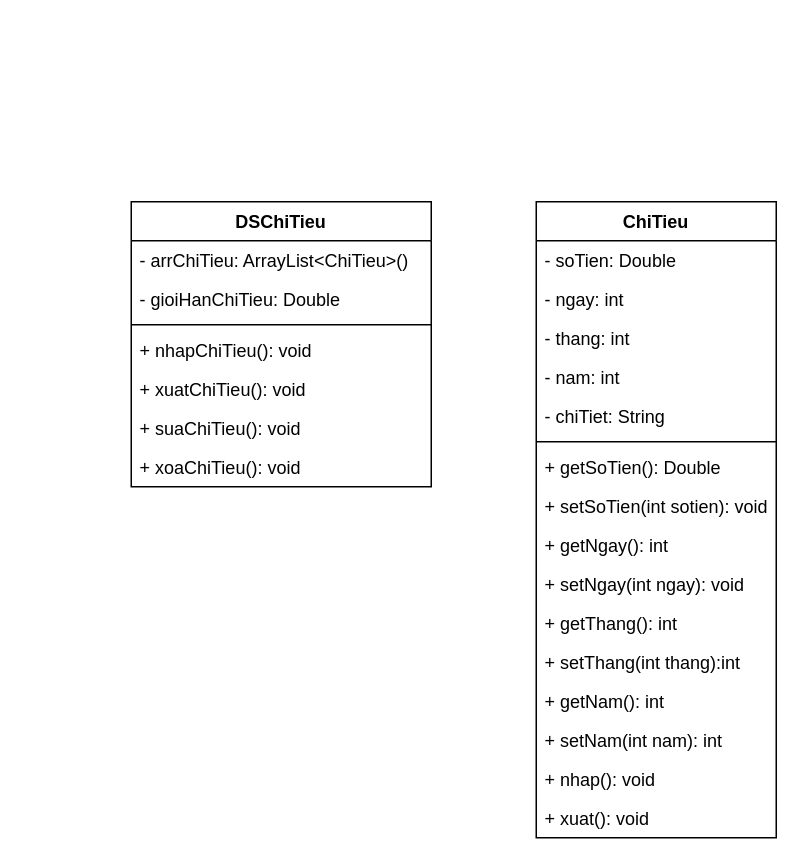
This is Diagrams/ClassDiagrams.drawio from AkallHuynh/IS216.L21.HTCL-Java, a draw.io file, before an edit. Source tidied: cells renumbered, new cells numbered last; positions are measured from the earlier drawing's top-left corner, leaving out a move shared by most shapes. Both pictures are drawn from the tidied source at 150%, with x=0, y=0 at pixel (130, 201).
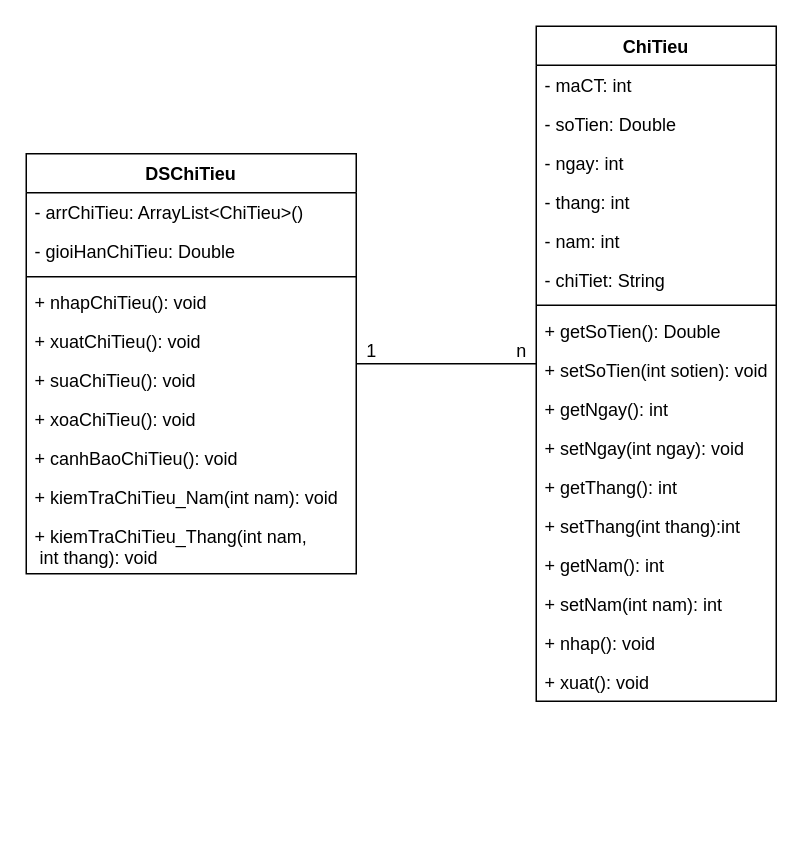
The same page after the edit.

What changed in the source:
```diff
@@
     <mxCell id="2" value="ChiTieu" style="swimlane;fontStyle=1;align=center;verticalAlign=top;horizontal=1;startSize=26;" parent="1" vertex="1">
-      <mxGeometry x="270" width="160" height="424" as="geometry" />
+      <mxGeometry x="270" y="-117" width="160" height="450" as="geometry" />
     </mxCell>
+    <mxCell id="27" value="- maCT: int" style="text;strokeColor=none;fillColor=none;align=left;verticalAlign=top;spacingLeft=4;spacingRight=4;overflow=hidden;" parent="2" vertex="1">
+      <mxGeometry y="26" width="160" height="26" as="geometry" />
+    </mxCell>
     <mxCell id="3" value="- soTien: Double" style="text;strokeColor=none;fillColor=none;align=left;verticalAlign=top;spacingLeft=4;spacingRight=4;overflow=hidden;" parent="2" vertex="1">
-      <mxGeometry y="26" width="160" height="26" as="geometry" />
+      <mxGeometry y="52" width="160" height="26" as="geometry" />
     </mxCell>
     <mxCell id="4" value="- ngay: int" style="text;strokeColor=none;fillColor=none;align=left;verticalAlign=top;spacingLeft=4;spacingRight=4;overflow=hidden;" parent="2" vertex="1">
-      <mxGeometry y="52" width="160" height="26" as="geometry" />
+      <mxGeometry y="78" width="160" height="26" as="geometry" />
     </mxCell>
     <mxCell id="5" value="- thang: int" style="text;strokeColor=none;fillColor=none;align=left;verticalAlign=top;spacingLeft=4;spacingRight=4;overflow=hidden;" parent="2" vertex="1">
-      <mxGeometry y="78" width="160" height="26" as="geometry" />
+      <mxGeometry y="104" width="160" height="26" as="geometry" />
     </mxCell>
     <mxCell id="6" value="- nam: int" style="text;strokeColor=none;fillColor=none;align=left;verticalAlign=top;spacingLeft=4;spacingRight=4;overflow=hidden;" parent="2" vertex="1">
-      <mxGeometry y="104" width="160" height="26" as="geometry" />
+      <mxGeometry y="130" width="160" height="26" as="geometry" />
     </mxCell>
     <mxCell id="7" value="- chiTiet: String" style="text;strokeColor=none;fillColor=none;align=left;verticalAlign=top;spacingLeft=4;spacingRight=4;overflow=hidden;" parent="2" vertex="1">
-      <mxGeometry y="130" width="160" height="26" as="geometry" />
+      <mxGeometry y="156" width="160" height="26" as="geometry" />
     </mxCell>
     <mxCell id="8" style="line;strokeWidth=1;fillColor=none;align=left;verticalAlign=middle;spacingTop=-1;spacingLeft=3;spacingRight=3;labelPosition=right;" parent="2" vertex="1">
-      <mxGeometry y="156" width="160" height="8" as="geometry" />
+      <mxGeometry y="182" width="160" height="8" as="geometry" />
     </mxCell>
     <mxCell id="9" value="+ getSoTien(): Double" style="text;strokeColor=none;fillColor=none;align=left;verticalAlign=top;spacingLeft=4;spacingRight=4;overflow=hidden;" parent="2" vertex="1">
-      <mxGeometry y="164" width="160" height="26" as="geometry" />
+      <mxGeometry y="190" width="160" height="26" as="geometry" />
     </mxCell>
     <mxCell id="10" value="+ setSoTien(int sotien): void" style="text;strokeColor=none;fillColor=none;align=left;verticalAlign=top;spacingLeft=4;spacingRight=4;overflow=hidden;" parent="2" vertex="1">
-      <mxGeometry y="190" width="160" height="26" as="geometry" />
+      <mxGeometry y="216" width="160" height="26" as="geometry" />
     </mxCell>
     <mxCell id="11" value="+ getNgay(): int" style="text;strokeColor=none;fillColor=none;align=left;verticalAlign=top;spacingLeft=4;spacingRight=4;overflow=hidden;" parent="2" vertex="1">
-      <mxGeometry y="216" width="160" height="26" as="geometry" />
+      <mxGeometry y="242" width="160" height="26" as="geometry" />
     </mxCell>
     <mxCell id="12" value="+ setNgay(int ngay): void" style="text;strokeColor=none;fillColor=none;align=left;verticalAlign=top;spacingLeft=4;spacingRight=4;overflow=hidden;" parent="2" vertex="1">
-      <mxGeometry y="242" width="160" height="26" as="geometry" />
+      <mxGeometry y="268" width="160" height="26" as="geometry" />
     </mxCell>
     <mxCell id="13" value="+ getThang(): int" style="text;strokeColor=none;fillColor=none;align=left;verticalAlign=top;spacingLeft=4;spacingRight=4;overflow=hidden;" parent="2" vertex="1">
-      <mxGeometry y="268" width="160" height="26" as="geometry" />
+      <mxGeometry y="294" width="160" height="26" as="geometry" />
     </mxCell>
     <mxCell id="14" value="+ setThang(int thang):int" style="text;strokeColor=none;fillColor=none;align=left;verticalAlign=top;spacingLeft=4;spacingRight=4;overflow=hidden;" parent="2" vertex="1">
-      <mxGeometry y="294" width="160" height="26" as="geometry" />
+      <mxGeometry y="320" width="160" height="26" as="geometry" />
     </mxCell>
     <mxCell id="15" value="+ getNam(): int" style="text;strokeColor=none;fillColor=none;align=left;verticalAlign=top;spacingLeft=4;spacingRight=4;overflow=hidden;" parent="2" vertex="1">
-      <mxGeometry y="320" width="160" height="26" as="geometry" />
+      <mxGeometry y="346" width="160" height="26" as="geometry" />
     </mxCell>
     <mxCell id="16" value="+ setNam(int nam): int" style="text;strokeColor=none;fillColor=none;align=left;verticalAlign=top;spacingLeft=4;spacingRight=4;overflow=hidden;" parent="2" vertex="1">
-      <mxGeometry y="346" width="160" height="26" as="geometry" />
+      <mxGeometry y="372" width="160" height="26" as="geometry" />
     </mxCell>
     <mxCell id="17" value="+ nhap(): void" style="text;strokeColor=none;fillColor=none;align=left;verticalAlign=top;spacingLeft=4;spacingRight=4;overflow=hidden;" parent="2" vertex="1">
-      <mxGeometry y="372" width="160" height="26" as="geometry" />
+      <mxGeometry y="398" width="160" height="26" as="geometry" />
     </mxCell>
     <mxCell id="18" value="+ xuat(): void" style="text;strokeColor=none;fillColor=none;align=left;verticalAlign=top;spacingLeft=4;spacingRight=4;overflow=hidden;" parent="2" vertex="1">
-      <mxGeometry y="398" width="160" height="26" as="geometry" />
+      <mxGeometry y="424" width="160" height="26" as="geometry" />
     </mxCell>
     <mxCell id="19" value="DSChiTieu" style="swimlane;fontStyle=1;align=center;verticalAlign=top;horizontal=1;startSize=26;" parent="1" vertex="1">
-      <mxGeometry width="200" height="190" as="geometry" />
+      <mxGeometry x="-70" y="-32" width="220" height="280" as="geometry" />
     </mxCell>
     <mxCell id="20" value="- arrChiTieu: ArrayList&lt;ChiTieu&gt;()" style="text;strokeColor=none;fillColor=none;align=left;verticalAlign=top;spacingLeft=4;spacingRight=4;overflow=hidden;" parent="19" vertex="1">
-      <mxGeometry y="26" width="200" height="26" as="geometry" />
+      <mxGeometry y="26" width="220" height="26" as="geometry" />
     </mxCell>
     <mxCell id="21" value="- gioiHanChiTieu: Double" style="text;strokeColor=none;fillColor=none;align=left;verticalAlign=top;spacingLeft=4;spacingRight=4;overflow=hidden;" parent="19" vertex="1">
-      <mxGeometry y="52" width="200" height="26" as="geometry" />
+      <mxGeometry y="52" width="220" height="26" as="geometry" />
     </mxCell>
     <mxCell id="22" style="line;strokeWidth=1;fillColor=none;align=left;verticalAlign=middle;spacingTop=-1;spacingLeft=3;spacingRight=3;labelPosition=right;" parent="19" vertex="1">
-      <mxGeometry y="78" width="200" height="8" as="geometry" />
+      <mxGeometry y="78" width="220" height="8" as="geometry" />
     </mxCell>
     <mxCell id="23" value="+ nhapChiTieu(): void" style="text;strokeColor=none;fillColor=none;align=left;verticalAlign=top;spacingLeft=4;spacingRight=4;overflow=hidden;" parent="19" vertex="1">
-      <mxGeometry y="86" width="200" height="26" as="geometry" />
+      <mxGeometry y="86" width="220" height="26" as="geometry" />
     </mxCell>
     <mxCell id="24" value="+ xuatChiTieu(): void" style="text;strokeColor=none;fillColor=none;align=left;verticalAlign=top;spacingLeft=4;spacingRight=4;overflow=hidden;" parent="19" vertex="1">
-      <mxGeometry y="112" width="200" height="26" as="geometry" />
+      <mxGeometry y="112" width="220" height="26" as="geometry" />
     </mxCell>
     <mxCell id="25" value="+ suaChiTieu(): void" style="text;strokeColor=none;fillColor=none;align=left;verticalAlign=top;spacingLeft=4;spacingRight=4;overflow=hidden;" parent="19" vertex="1">
-      <mxGeometry y="138" width="200" height="26" as="geometry" />
+      <mxGeometry y="138" width="220" height="26" as="geometry" />
     </mxCell>
     <mxCell id="26" value="+ xoaChiTieu(): void" style="text;strokeColor=none;fillColor=none;align=left;verticalAlign=top;spacingLeft=4;spacingRight=4;overflow=hidden;" parent="19" vertex="1">
-      <mxGeometry y="164" width="200" height="26" as="geometry" />
+      <mxGeometry y="164" width="220" height="26" as="geometry" />
     </mxCell>
+    <mxCell id="28" value="+ canhBaoChiTieu(): void" style="text;strokeColor=none;fillColor=none;align=left;verticalAlign=top;spacingLeft=4;spacingRight=4;overflow=hidden;" parent="19" vertex="1">
+      <mxGeometry y="190" width="220" height="26" as="geometry" />
+    </mxCell>
+    <mxCell id="29" value="+ kiemTraChiTieu_Nam(int nam): void" style="text;strokeColor=none;fillColor=none;align=left;verticalAlign=top;spacingLeft=4;spacingRight=4;overflow=hidden;" parent="19" vertex="1">
+      <mxGeometry y="216" width="220" height="26" as="geometry" />
+    </mxCell>
+    <mxCell id="30" value="+ kiemTraChiTieu_Thang(int nam,&#10; int thang): void" style="text;strokeColor=none;fillColor=none;align=left;verticalAlign=top;spacingLeft=4;spacingRight=4;overflow=hidden;" parent="19" vertex="1">
+      <mxGeometry y="242" width="220" height="38" as="geometry" />
+    </mxCell>
+    <mxCell id="31" style="endArrow=none;html=1;" parent="1" edge="1" source="19" target="2">
+      <mxGeometry relative="1" as="geometry" />
+    </mxCell>
+    <mxCell id="32" value="1" style="text;html=1;align=center;verticalAlign=middle;strokeColor=none;" parent="1" vertex="1">
+      <mxGeometry x="150" y="90" width="20" height="20" as="geometry" />
+    </mxCell>
+    <mxCell id="33" value="n" style="text;html=1;align=center;verticalAlign=middle;strokeColor=none;" parent="1" vertex="1">
+      <mxGeometry x="250" y="90" width="20" height="20" as="geometry" />
+    </mxCell>
```
